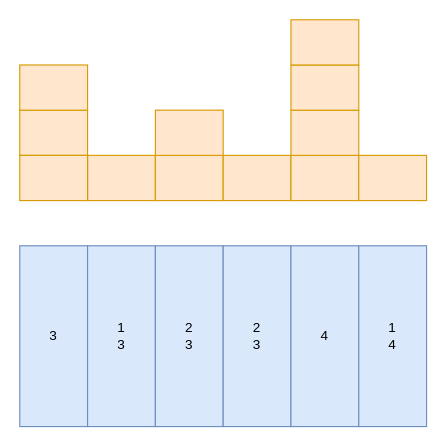
Earlier version of the draw.io diagram algorithm/hdu3250_看到的牛.drawio (erlieStar/diagrams). Source tidied: cells renumbered, new cells numbered last; positions are measured from the earlier drawing's top-left corner, leaving out a move shared by most shapes. Both pictures are drawn from the tidied source at 113%, with x=0, y=0 at pixel (19, 19).
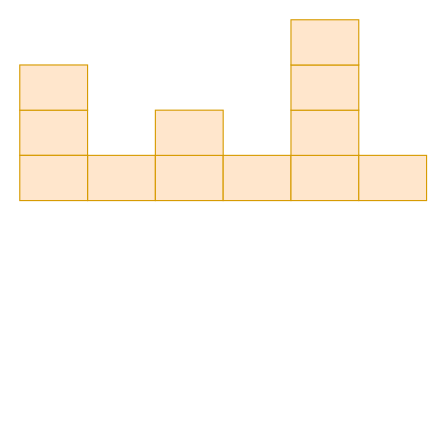
Above is the later version.

Change to the diagram source:
```diff
@@
 <mxGraphModel>
   <root>
     <mxCell id="0" />
     <mxCell id="1" parent="0" />
     <mxCell id="2" style="rounded=0;whiteSpace=wrap;html=1;fillColor=#ffe6cc;strokeColor=#d79b00;" parent="1" vertex="1">
       <mxGeometry x="60" y="120" width="60" height="40" as="geometry" />
     </mxCell>
     <mxCell id="3" style="rounded=0;whiteSpace=wrap;html=1;fillColor=#ffe6cc;strokeColor=#d79b00;" parent="1" vertex="1">
       <mxGeometry y="80" width="60" height="40" as="geometry" />
     </mxCell>
     <mxCell id="4" style="rounded=0;whiteSpace=wrap;html=1;fillColor=#ffe6cc;strokeColor=#d79b00;" parent="1" vertex="1">
       <mxGeometry x="120" y="120" width="60" height="40" as="geometry" />
     </mxCell>
     <mxCell id="5" style="rounded=0;whiteSpace=wrap;html=1;fillColor=#ffe6cc;strokeColor=#d79b00;" parent="1" vertex="1">
       <mxGeometry x="180" y="120" width="60" height="40" as="geometry" />
     </mxCell>
     <mxCell id="6" style="rounded=0;whiteSpace=wrap;html=1;fillColor=#ffe6cc;strokeColor=#d79b00;" parent="1" vertex="1">
       <mxGeometry y="40" width="60" height="40" as="geometry" />
     </mxCell>
     <mxCell id="7" style="rounded=0;whiteSpace=wrap;html=1;fillColor=#ffe6cc;strokeColor=#d79b00;" parent="1" vertex="1">
       <mxGeometry x="120" y="80" width="60" height="40" as="geometry" />
     </mxCell>
     <mxCell id="8" style="rounded=0;whiteSpace=wrap;html=1;fillColor=#ffe6cc;strokeColor=#d79b00;" parent="1" vertex="1">
       <mxGeometry x="240" y="120" width="60" height="40" as="geometry" />
     </mxCell>
     <mxCell id="9" style="rounded=0;whiteSpace=wrap;html=1;fillColor=#ffe6cc;strokeColor=#d79b00;" parent="1" vertex="1">
       <mxGeometry x="240" y="80" width="60" height="40" as="geometry" />
     </mxCell>
     <mxCell id="10" style="rounded=0;whiteSpace=wrap;html=1;fillColor=#ffe6cc;strokeColor=#d79b00;" parent="1" vertex="1">
       <mxGeometry x="240" y="40" width="60" height="40" as="geometry" />
     </mxCell>
     <mxCell id="11" style="rounded=0;whiteSpace=wrap;html=1;fillColor=#ffe6cc;strokeColor=#d79b00;" parent="1" vertex="1">
       <mxGeometry x="240" width="60" height="40" as="geometry" />
     </mxCell>
     <mxCell id="12" style="rounded=0;whiteSpace=wrap;html=1;fillColor=#ffe6cc;strokeColor=#d79b00;" parent="1" vertex="1">
       <mxGeometry x="300" y="120" width="60" height="40" as="geometry" />
     </mxCell>
-    <mxCell id="13" value="3" style="rounded=0;whiteSpace=wrap;html=1;fillColor=#dae8fc;strokeColor=#6c8ebf;" parent="1" vertex="1">
-      <mxGeometry y="200" width="60" height="160" as="geometry" />
-    </mxCell>
-    <mxCell id="14" value="1&lt;br&gt;3" style="rounded=0;whiteSpace=wrap;html=1;fillColor=#dae8fc;strokeColor=#6c8ebf;" parent="1" vertex="1">
-      <mxGeometry x="60" y="200" width="60" height="160" as="geometry" />
-    </mxCell>
-    <mxCell id="15" value="2&lt;br&gt;3" style="rounded=0;whiteSpace=wrap;html=1;fillColor=#dae8fc;strokeColor=#6c8ebf;" parent="1" vertex="1">
-      <mxGeometry x="120" y="200" width="60" height="160" as="geometry" />
-    </mxCell>
     <mxCell id="16" style="rounded=0;whiteSpace=wrap;html=1;fillColor=#ffe6cc;strokeColor=#d79b00;" parent="1" vertex="1">
       <mxGeometry y="120" width="60" height="40" as="geometry" />
     </mxCell>
-    <mxCell id="17" value="2&lt;br&gt;3" style="rounded=0;whiteSpace=wrap;html=1;fillColor=#dae8fc;strokeColor=#6c8ebf;" parent="1" vertex="1">
-      <mxGeometry x="180" y="200" width="60" height="160" as="geometry" />
-    </mxCell>
-    <mxCell id="18" value="4" style="rounded=0;whiteSpace=wrap;html=1;fillColor=#dae8fc;strokeColor=#6c8ebf;" parent="1" vertex="1">
-      <mxGeometry x="240" y="200" width="60" height="160" as="geometry" />
-    </mxCell>
-    <mxCell id="19" value="1&lt;br&gt;4" style="rounded=0;whiteSpace=wrap;html=1;fillColor=#dae8fc;strokeColor=#6c8ebf;" parent="1" vertex="1">
-      <mxGeometry x="300" y="200" width="60" height="160" as="geometry" />
-    </mxCell>
   </root>
 </mxGraphModel>
```
